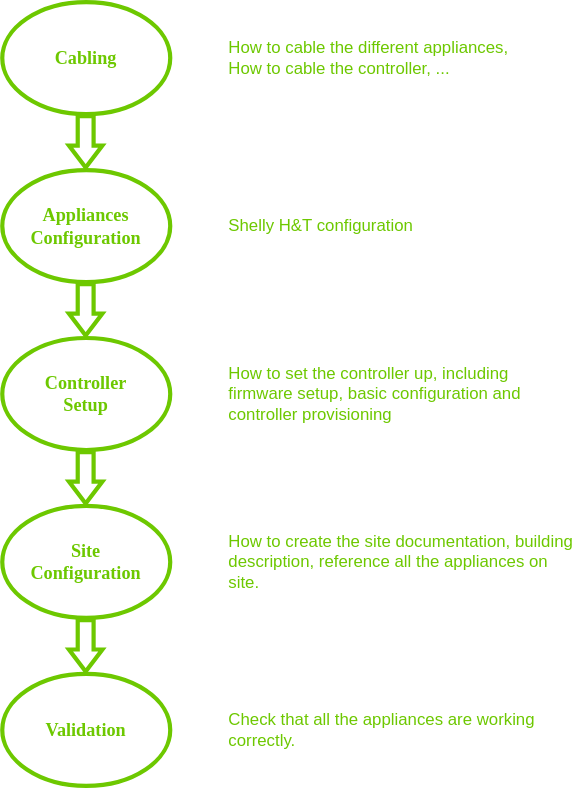
This is docs/_img/intro/steps-overview.drawio.svg from MartinMeyer1/doc-iessb, a draw.io export, as it was before one commit. Source tidied: cells renumbered, new cells last; positions are measured from the earlier drawing's top-left corner, leaving out a move shared by most shapes. The source it was exported from:
```xml
<mxGraphModel>
  <root>
    <mxCell id="0" />
    <mxCell id="1" parent="0" />
    <mxCell id="2" value="Cabling" style="ellipse;whiteSpace=wrap;html=1;fontColor=#6DC800;strokeColor=#6DC800;strokeWidth=3;fontSize=13;spacing=2;fontStyle=1;fontFamily=Tahoma;fillColor=none;" parent="1" vertex="1">
      <mxGeometry width="120" height="80" as="geometry" />
    </mxCell>
    <mxCell id="3" value="Appliances&lt;br style=&quot;font-size: 13px;&quot;&gt;Configuration" style="ellipse;whiteSpace=wrap;html=1;fontColor=#6DC800;strokeColor=#6DC800;strokeWidth=3;fontSize=13;spacing=2;fontStyle=1;fontFamily=Tahoma;fillColor=none;" parent="1" vertex="1">
      <mxGeometry y="120" width="120" height="80" as="geometry" />
    </mxCell>
    <mxCell id="4" value="Site&lt;br&gt;Configuration" style="ellipse;whiteSpace=wrap;html=1;fontColor=#6DC800;strokeColor=#6DC800;strokeWidth=3;fontSize=13;spacing=2;fontStyle=1;fontFamily=Tahoma;fillColor=none;" parent="1" vertex="1">
      <mxGeometry y="360" width="120" height="80" as="geometry" />
    </mxCell>
    <mxCell id="5" value="Validation" style="ellipse;whiteSpace=wrap;html=1;fontColor=#6DC800;strokeColor=#6DC800;strokeWidth=3;fontSize=13;spacing=2;fontStyle=1;fontFamily=Tahoma;fillColor=none;" parent="1" vertex="1">
      <mxGeometry y="480" width="120" height="80" as="geometry" />
    </mxCell>
    <mxCell id="6" style="endArrow=classic;html=1;rounded=0;strokeColor=#6DC800;strokeWidth=3;shape=flexArrow;width=9.333333333333334;endSize=4.223333333333334;endWidth=9.555555555555555;fillColor=none;" parent="1" edge="1">
      <mxGeometry relative="1" as="geometry">
        <mxPoint x="59.6" y="80" as="sourcePoint" />
        <mxPoint x="59.6" y="119.7" as="targetPoint" />
      </mxGeometry>
    </mxCell>
    <mxCell id="7" value="Controller&lt;br&gt;Setup" style="ellipse;whiteSpace=wrap;html=1;fontColor=#6DC800;strokeColor=#6DC800;strokeWidth=3;fontSize=13;spacing=2;fontStyle=1;fontFamily=Tahoma;fillColor=none;" parent="1" vertex="1">
      <mxGeometry y="240" width="120" height="80" as="geometry" />
    </mxCell>
    <mxCell id="8" style="endArrow=classic;html=1;rounded=0;strokeColor=#6DC800;strokeWidth=3;shape=flexArrow;width=9.333333333333334;endSize=4.223333333333334;endWidth=9.555555555555555;fillColor=none;" parent="1" edge="1">
      <mxGeometry relative="1" as="geometry">
        <mxPoint x="59.6" y="200" as="sourcePoint" />
        <mxPoint x="59.6" y="239.7" as="targetPoint" />
      </mxGeometry>
    </mxCell>
    <mxCell id="9" style="endArrow=classic;html=1;rounded=0;strokeColor=#6DC800;strokeWidth=3;shape=flexArrow;width=9.333333333333334;endSize=4.223333333333334;endWidth=9.555555555555555;fillColor=none;" parent="1" edge="1">
      <mxGeometry relative="1" as="geometry">
        <mxPoint x="59.6" y="320" as="sourcePoint" />
        <mxPoint x="59.6" y="359.7" as="targetPoint" />
      </mxGeometry>
    </mxCell>
    <mxCell id="10" style="endArrow=classic;html=1;rounded=0;strokeColor=#6DC800;strokeWidth=3;shape=flexArrow;width=9.333333333333334;endSize=4.223333333333334;endWidth=9.555555555555555;fillColor=none;" parent="1" edge="1">
      <mxGeometry relative="1" as="geometry">
        <mxPoint x="59.6" y="440" as="sourcePoint" />
        <mxPoint x="59.6" y="479.7" as="targetPoint" />
      </mxGeometry>
    </mxCell>
    <mxCell id="11" value="How to cable the different appliances,&lt;br style=&quot;font-size: 12px;&quot;&gt;&lt;div style=&quot;font-size: 12px;&quot;&gt;&lt;span style=&quot;background-color: initial; font-size: 12px;&quot;&gt;How to cable the controller, ...&lt;/span&gt;&lt;/div&gt;" style="text;html=1;strokeColor=none;fillColor=none;align=left;verticalAlign=middle;whiteSpace=wrap;rounded=0;fontSize=12;fontColor=#6DC800;" parent="1" vertex="1">
      <mxGeometry x="160" width="250" height="80" as="geometry" />
    </mxCell>
    <mxCell id="12" value="Check that all the appliances are working correctly." style="text;html=1;strokeColor=none;fillColor=none;align=left;verticalAlign=middle;whiteSpace=wrap;rounded=0;fontSize=12;fontColor=#6DC800;" parent="1" vertex="1">
      <mxGeometry x="160" y="480" width="250" height="80" as="geometry" />
    </mxCell>
    <mxCell id="13" value="How to set the controller up, including firmware setup, basic configuration and controller provisioning" style="text;html=1;strokeColor=none;fillColor=none;align=left;verticalAlign=middle;whiteSpace=wrap;rounded=0;fontSize=12;fontColor=#6DC800;" parent="1" vertex="1">
      <mxGeometry x="160" y="240" width="250" height="80" as="geometry" />
    </mxCell>
    <mxCell id="14" value="How to create the site documentation, building description, reference all the appliances on site." style="text;html=1;strokeColor=none;fillColor=none;align=left;verticalAlign=middle;whiteSpace=wrap;rounded=0;fontSize=12;fontColor=#6DC800;" parent="1" vertex="1">
      <mxGeometry x="160" y="360" width="250" height="80" as="geometry" />
    </mxCell>
    <mxCell id="15" value="Shelly H&amp;amp;T configuration" style="text;html=1;strokeColor=none;fillColor=none;align=left;verticalAlign=middle;whiteSpace=wrap;rounded=0;fontSize=12;fontColor=#6DC800;" parent="1" vertex="1">
      <mxGeometry x="160" y="120" width="250" height="80" as="geometry" />
    </mxCell>
  </root>
</mxGraphModel>
```
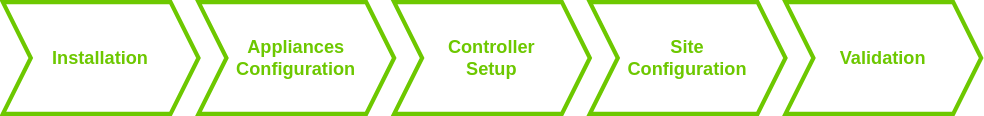
Above is the later version.

Diff of the diagram source:
```diff
@@ -2,59 +2,20 @@
   <root>
     <mxCell id="0" />
     <mxCell id="1" parent="0" />
-    <mxCell id="2" value="Cabling" style="ellipse;whiteSpace=wrap;html=1;fontColor=#6DC800;strokeColor=#6DC800;strokeWidth=3;fontSize=13;spacing=2;fontStyle=1;fontFamily=Tahoma;fillColor=none;" parent="1" vertex="1">
-      <mxGeometry width="120" height="80" as="geometry" />
-    </mxCell>
+    <mxCell id="16" value="Installation" style="shape=step;perimeter=stepPerimeter;whiteSpace=wrap;html=1;fixedSize=1;fillColor=none;strokeWidth=3;strokeColor=#6dc800;fontStyle=1;fontColor=#6dc800;fontSize=13;" parent="1" vertex="1">
+      <mxGeometry x="40" y="-10" width="140" height="80" as="geometry" />
+    </mxCell>
-    <mxCell id="3" value="Appliances&lt;br style=&quot;font-size: 13px;&quot;&gt;Configuration" style="ellipse;whiteSpace=wrap;html=1;fontColor=#6DC800;strokeColor=#6DC800;strokeWidth=3;fontSize=13;spacing=2;fontStyle=1;fontFamily=Tahoma;fillColor=none;" parent="1" vertex="1">
-      <mxGeometry y="120" width="120" height="80" as="geometry" />
+    <mxCell id="3" value="Appliances&lt;br&gt;Configuration" style="shape=step;perimeter=stepPerimeter;whiteSpace=wrap;html=1;fixedSize=1;fillColor=none;strokeWidth=3;strokeColor=#6dc800;fontStyle=1;fontColor=#6dc800;fontSize=13;" parent="1" vertex="1">
+      <mxGeometry x="180" y="-10" width="140" height="80" as="geometry" />
     </mxCell>
+    <mxCell id="7" value="Controller&lt;br&gt;Setup" style="shape=step;perimeter=stepPerimeter;whiteSpace=wrap;html=1;fixedSize=1;fillColor=none;strokeWidth=3;strokeColor=#6dc800;fontStyle=1;fontColor=#6dc800;fontSize=13;" parent="1" vertex="1">
+      <mxGeometry x="320" y="-10" width="140" height="80" as="geometry" />
+    </mxCell>
-    <mxCell id="4" value="Site&lt;br&gt;Configuration" style="ellipse;whiteSpace=wrap;html=1;fontColor=#6DC800;strokeColor=#6DC800;strokeWidth=3;fontSize=13;spacing=2;fontStyle=1;fontFamily=Tahoma;fillColor=none;" parent="1" vertex="1">
-      <mxGeometry y="360" width="120" height="80" as="geometry" />
+    <mxCell id="4" value="Site&lt;br&gt;Configuration" style="shape=step;perimeter=stepPerimeter;whiteSpace=wrap;html=1;fixedSize=1;fillColor=none;strokeWidth=3;strokeColor=#6dc800;fontStyle=1;fontColor=#6dc800;fontSize=13;" parent="1" vertex="1">
+      <mxGeometry x="460" y="-10" width="140" height="80" as="geometry" />
     </mxCell>
-    <mxCell id="5" value="Validation" style="ellipse;whiteSpace=wrap;html=1;fontColor=#6DC800;strokeColor=#6DC800;strokeWidth=3;fontSize=13;spacing=2;fontStyle=1;fontFamily=Tahoma;fillColor=none;" parent="1" vertex="1">
-      <mxGeometry y="480" width="120" height="80" as="geometry" />
+    <mxCell id="5" value="Validation" style="shape=step;perimeter=stepPerimeter;whiteSpace=wrap;html=1;fixedSize=1;fillColor=none;strokeWidth=3;strokeColor=#6dc800;fontStyle=1;fontColor=#6dc800;fontSize=13;" parent="1" vertex="1">
+      <mxGeometry x="600" y="-10" width="140" height="80" as="geometry" />
     </mxCell>
-    <mxCell id="6" style="endArrow=classic;html=1;rounded=0;strokeColor=#6DC800;strokeWidth=3;shape=flexArrow;width=9.333333333333334;endSize=4.223333333333334;endWidth=9.555555555555555;fillColor=none;" parent="1" edge="1">
-      <mxGeometry relative="1" as="geometry">
-        <mxPoint x="59.6" y="80" as="sourcePoint" />
-        <mxPoint x="59.6" y="119.7" as="targetPoint" />
-      </mxGeometry>
-    </mxCell>
-    <mxCell id="7" value="Controller&lt;br&gt;Setup" style="ellipse;whiteSpace=wrap;html=1;fontColor=#6DC800;strokeColor=#6DC800;strokeWidth=3;fontSize=13;spacing=2;fontStyle=1;fontFamily=Tahoma;fillColor=none;" parent="1" vertex="1">
-      <mxGeometry y="240" width="120" height="80" as="geometry" />
-    </mxCell>
-    <mxCell id="8" style="endArrow=classic;html=1;rounded=0;strokeColor=#6DC800;strokeWidth=3;shape=flexArrow;width=9.333333333333334;endSize=4.223333333333334;endWidth=9.555555555555555;fillColor=none;" parent="1" edge="1">
-      <mxGeometry relative="1" as="geometry">
-        <mxPoint x="59.6" y="200" as="sourcePoint" />
-        <mxPoint x="59.6" y="239.7" as="targetPoint" />
-      </mxGeometry>
-    </mxCell>
-    <mxCell id="9" style="endArrow=classic;html=1;rounded=0;strokeColor=#6DC800;strokeWidth=3;shape=flexArrow;width=9.333333333333334;endSize=4.223333333333334;endWidth=9.555555555555555;fillColor=none;" parent="1" edge="1">
-      <mxGeometry relative="1" as="geometry">
-        <mxPoint x="59.6" y="320" as="sourcePoint" />
-        <mxPoint x="59.6" y="359.7" as="targetPoint" />
-      </mxGeometry>
-    </mxCell>
-    <mxCell id="10" style="endArrow=classic;html=1;rounded=0;strokeColor=#6DC800;strokeWidth=3;shape=flexArrow;width=9.333333333333334;endSize=4.223333333333334;endWidth=9.555555555555555;fillColor=none;" parent="1" edge="1">
-      <mxGeometry relative="1" as="geometry">
-        <mxPoint x="59.6" y="440" as="sourcePoint" />
-        <mxPoint x="59.6" y="479.7" as="targetPoint" />
-      </mxGeometry>
-    </mxCell>
-    <mxCell id="11" value="How to cable the different appliances,&lt;br style=&quot;font-size: 12px;&quot;&gt;&lt;div style=&quot;font-size: 12px;&quot;&gt;&lt;span style=&quot;background-color: initial; font-size: 12px;&quot;&gt;How to cable the controller, ...&lt;/span&gt;&lt;/div&gt;" style="text;html=1;strokeColor=none;fillColor=none;align=left;verticalAlign=middle;whiteSpace=wrap;rounded=0;fontSize=12;fontColor=#6DC800;" parent="1" vertex="1">
-      <mxGeometry x="160" width="250" height="80" as="geometry" />
-    </mxCell>
-    <mxCell id="12" value="Check that all the appliances are working correctly." style="text;html=1;strokeColor=none;fillColor=none;align=left;verticalAlign=middle;whiteSpace=wrap;rounded=0;fontSize=12;fontColor=#6DC800;" parent="1" vertex="1">
-      <mxGeometry x="160" y="480" width="250" height="80" as="geometry" />
-    </mxCell>
-    <mxCell id="13" value="How to set the controller up, including firmware setup, basic configuration and controller provisioning" style="text;html=1;strokeColor=none;fillColor=none;align=left;verticalAlign=middle;whiteSpace=wrap;rounded=0;fontSize=12;fontColor=#6DC800;" parent="1" vertex="1">
-      <mxGeometry x="160" y="240" width="250" height="80" as="geometry" />
-    </mxCell>
-    <mxCell id="14" value="How to create the site documentation, building description, reference all the appliances on site." style="text;html=1;strokeColor=none;fillColor=none;align=left;verticalAlign=middle;whiteSpace=wrap;rounded=0;fontSize=12;fontColor=#6DC800;" parent="1" vertex="1">
-      <mxGeometry x="160" y="360" width="250" height="80" as="geometry" />
-    </mxCell>
-    <mxCell id="15" value="Shelly H&amp;amp;T configuration" style="text;html=1;strokeColor=none;fillColor=none;align=left;verticalAlign=middle;whiteSpace=wrap;rounded=0;fontSize=12;fontColor=#6DC800;" parent="1" vertex="1">
-      <mxGeometry x="160" y="120" width="250" height="80" as="geometry" />
-    </mxCell>
   </root>
 </mxGraphModel>
```
